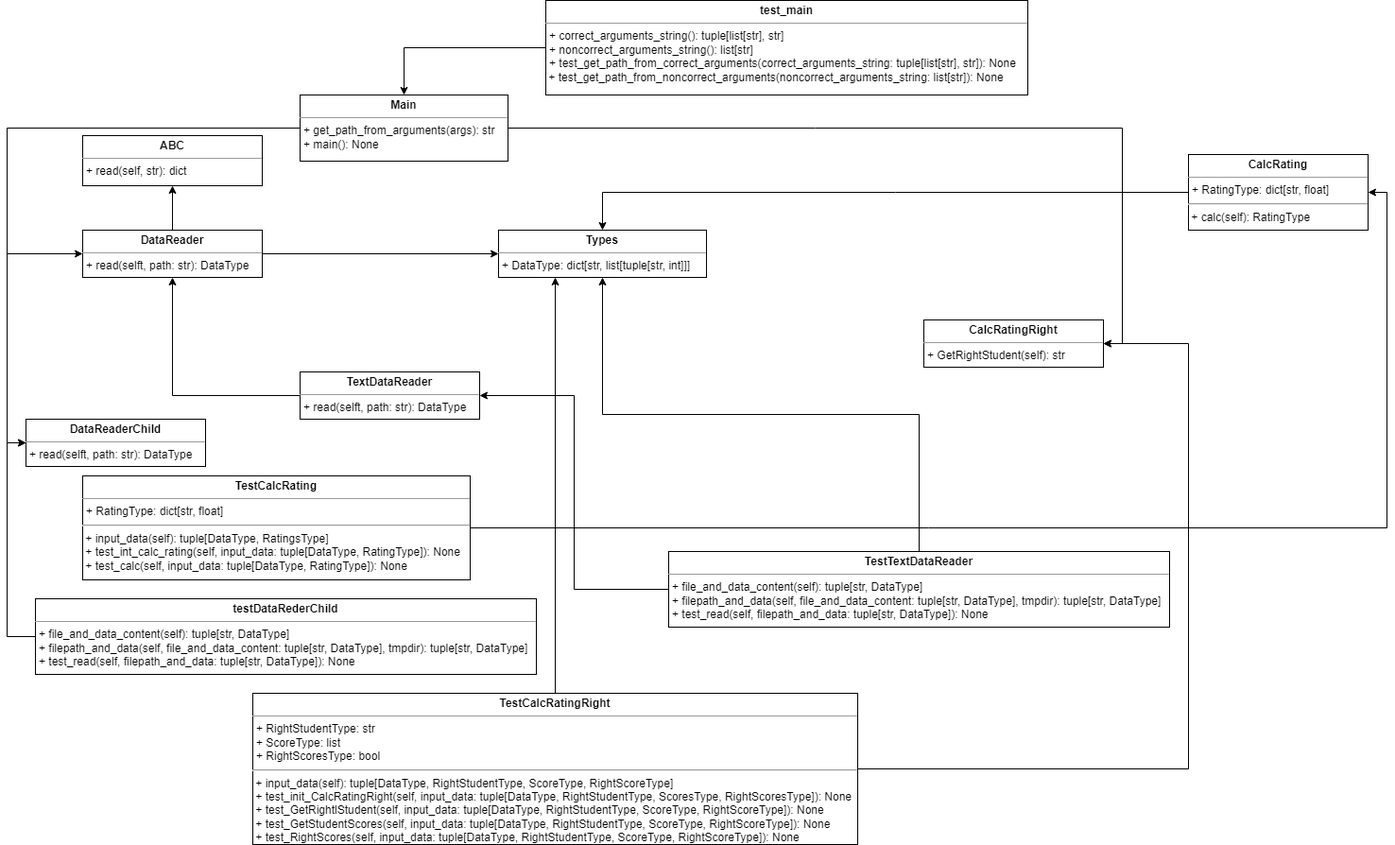
This is PT_Lab_1_UML.drawio.png from Kuritsya/TPLab1, a draw.io export, as it was before one commit. Source tidied: cells renumbered, new cells last; positions are measured from the earlier drawing's top-left corner, leaving out a move shared by most shapes.
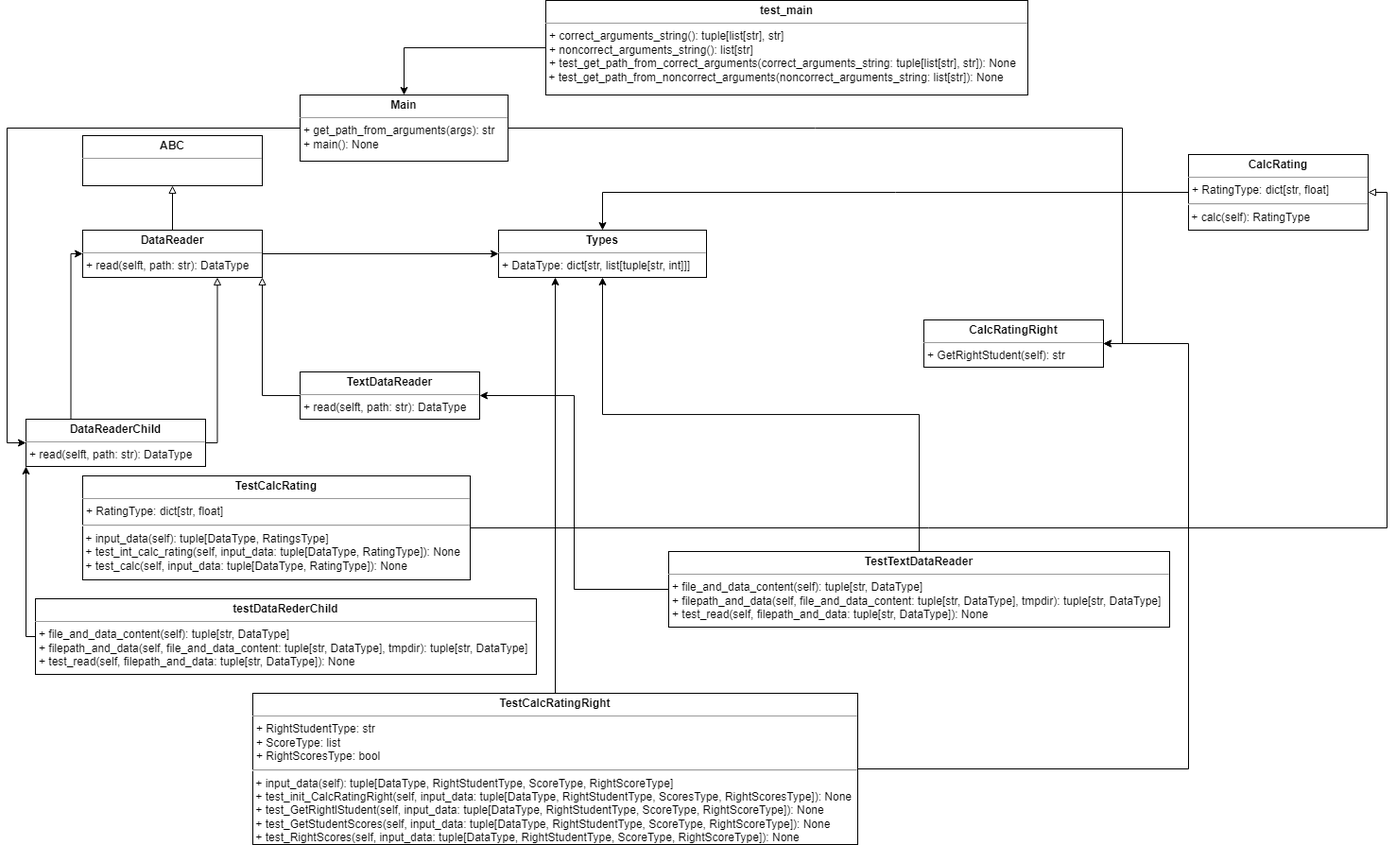
After the commit.

What changed in the source:
```diff
@@ -2,25 +2,36 @@
   <root>
     <mxCell id="0" />
     <mxCell id="1" parent="0" />
-    <mxCell id="2" value="&lt;p style=&quot;margin:0px;margin-top:4px;text-align:center;&quot;&gt;&lt;b&gt;ABC&lt;/b&gt;&lt;/p&gt;&lt;hr size=&quot;1&quot;&gt;&lt;p style=&quot;margin:0px;margin-left:4px;&quot;&gt;+ read(self, str): dict&lt;/p&gt;" style="verticalAlign=top;align=left;overflow=fill;fontSize=12;fontFamily=Helvetica;html=1;rounded=0;shadow=0;comic=0;labelBackgroundColor=none;strokeWidth=1;" parent="1" vertex="1">
+    <mxCell id="2" value="&lt;p style=&quot;margin:0px;margin-top:4px;text-align:center;&quot;&gt;&lt;b&gt;ABC&lt;/b&gt;&lt;/p&gt;&lt;hr size=&quot;1&quot;&gt;&lt;p style=&quot;margin:0px;margin-left:4px;&quot;&gt;&lt;br&gt;&lt;/p&gt;" style="verticalAlign=top;align=left;overflow=fill;fontSize=12;fontFamily=Helvetica;html=1;rounded=0;shadow=0;comic=0;labelBackgroundColor=none;strokeWidth=1;" parent="1" vertex="1">
       <mxGeometry x="60" y="143" width="190" height="53" as="geometry" />
     </mxCell>
+    <mxCell id="4" style="edgeStyle=orthogonalEdgeStyle;rounded=0;jettySize=auto;html=1;entryX=0;entryY=0.5;entryDx=0;entryDy=0;" parent="1" edge="1" source="5" target="10">
+      <mxGeometry relative="1" as="geometry" />
+    </mxCell>
+    <mxCell id="29" style="edgeStyle=orthogonalEdgeStyle;rounded=0;jettySize=auto;html=1;entryX=0.75;entryY=1;entryDx=0;entryDy=0;endArrow=block;endFill=0;exitX=1;exitY=0.5;exitDx=0;exitDy=0;" parent="1" edge="1" source="7" target="5">
+      <mxGeometry relative="1" as="geometry">
+        <Array as="points">
+          <mxPoint x="202" y="468" />
+        </Array>
+      </mxGeometry>
+    </mxCell>
-    <mxCell id="3" style="edgeStyle=orthogonalEdgeStyle;rounded=0;jettySize=auto;html=1;entryX=0.5;entryY=1;entryDx=0;entryDy=0;" parent="1" edge="1" source="5" target="2">
+    <mxCell id="3" style="edgeStyle=orthogonalEdgeStyle;rounded=0;jettySize=auto;html=1;entryX=0.5;entryY=1;entryDx=0;entryDy=0;endArrow=block;endFill=0;" parent="1" edge="1" source="5" target="2">
       <mxGeometry relative="1" as="geometry" />
     </mxCell>
-    <mxCell id="4" style="edgeStyle=orthogonalEdgeStyle;rounded=0;jettySize=auto;html=1;entryX=0;entryY=0.5;entryDx=0;entryDy=0;" parent="1" edge="1" source="5" target="10">
-      <mxGeometry relative="1" as="geometry" />
-    </mxCell>
     <mxCell id="5" value="&lt;p style=&quot;margin:0px;margin-top:4px;text-align:center;&quot;&gt;&lt;b&gt;DataReader&lt;/b&gt;&lt;/p&gt;&lt;hr size=&quot;1&quot;&gt;&lt;p style=&quot;margin:0px;margin-left:4px;&quot;&gt;+ read(selft, path: str): DataType&lt;/p&gt;" style="verticalAlign=top;align=left;overflow=fill;fontSize=12;fontFamily=Helvetica;html=1;rounded=0;shadow=0;comic=0;labelBackgroundColor=none;strokeWidth=1;" parent="1" vertex="1">
       <mxGeometry x="60" y="243" width="190" height="50" as="geometry" />
     </mxCell>
-    <mxCell id="6" style="edgeStyle=orthogonalEdgeStyle;rounded=0;jettySize=auto;html=1;entryX=0;entryY=0.5;entryDx=0;entryDy=0;exitX=0;exitY=0.5;exitDx=0;exitDy=0;" parent="1" edge="1" source="7" target="5">
-      <mxGeometry relative="1" as="geometry" />
+    <mxCell id="6" style="edgeStyle=orthogonalEdgeStyle;rounded=0;jettySize=auto;html=1;entryX=0;entryY=0.5;entryDx=0;entryDy=0;exitX=0.25;exitY=0;exitDx=0;exitDy=0;" parent="1" edge="1" source="7" target="5">
+      <mxGeometry relative="1" as="geometry">
+        <Array as="points">
+          <mxPoint x="48" y="268" />
+        </Array>
+      </mxGeometry>
     </mxCell>
     <mxCell id="7" value="&lt;p style=&quot;margin:0px;margin-top:4px;text-align:center;&quot;&gt;&lt;b&gt;DataReaderChild&lt;/b&gt;&lt;/p&gt;&lt;hr size=&quot;1&quot;&gt;&lt;p style=&quot;margin:0px;margin-left:4px;&quot;&gt;+ read(selft, path: str): DataType&lt;/p&gt;" style="verticalAlign=top;align=left;overflow=fill;fontSize=12;fontFamily=Helvetica;html=1;rounded=0;shadow=0;comic=0;labelBackgroundColor=none;strokeWidth=1;" parent="1" vertex="1">
       <mxGeometry y="443" width="190" height="50" as="geometry" />
     </mxCell>
-    <mxCell id="8" style="edgeStyle=orthogonalEdgeStyle;rounded=0;jettySize=auto;html=1;entryX=0.5;entryY=1;entryDx=0;entryDy=0;" parent="1" edge="1" source="9" target="5">
+    <mxCell id="8" style="edgeStyle=orthogonalEdgeStyle;rounded=0;jettySize=auto;html=1;endArrow=block;endFill=0;exitX=0;exitY=0.5;exitDx=0;exitDy=0;entryX=1;entryY=1;entryDx=0;entryDy=0;" parent="1" edge="1" source="9" target="5">
       <mxGeometry relative="1" as="geometry" />
     </mxCell>
     <mxCell id="9" value="&lt;p style=&quot;margin:0px;margin-top:4px;text-align:center;&quot;&gt;&lt;b&gt;TextDataReader&lt;/b&gt;&lt;/p&gt;&lt;hr size=&quot;1&quot;&gt;&lt;p style=&quot;margin:0px;margin-left:4px;&quot;&gt;+ read(selft, path: str): DataType&lt;/p&gt;" style="verticalAlign=top;align=left;overflow=fill;fontSize=12;fontFamily=Helvetica;html=1;rounded=0;shadow=0;comic=0;labelBackgroundColor=none;strokeWidth=1;" parent="1" vertex="1">
@@ -47,7 +58,7 @@
     <mxCell id="16" value="&lt;p style=&quot;margin:0px;margin-top:4px;text-align:center;&quot;&gt;&lt;b&gt;CalcRatingRight&lt;/b&gt;&lt;/p&gt;&lt;hr size=&quot;1&quot;&gt;&lt;p style=&quot;margin:0px;margin-left:4px;&quot;&gt;+ GetRightStudent(self): str&lt;/p&gt;" style="verticalAlign=top;align=left;overflow=fill;fontSize=12;fontFamily=Helvetica;html=1;rounded=0;shadow=0;comic=0;labelBackgroundColor=none;strokeWidth=1;" parent="1" vertex="1">
       <mxGeometry x="950" y="338" width="190" height="50" as="geometry" />
     </mxCell>
-    <mxCell id="17" style="edgeStyle=orthogonalEdgeStyle;rounded=0;jettySize=auto;html=1;entryX=1;entryY=0.5;entryDx=0;entryDy=0;" parent="1" edge="1" source="18" target="12">
+    <mxCell id="17" style="edgeStyle=orthogonalEdgeStyle;rounded=0;jettySize=auto;html=1;entryX=1;entryY=0.5;entryDx=0;entryDy=0;endArrow=block;endFill=0;" parent="1" edge="1" source="18" target="12">
       <mxGeometry relative="1" as="geometry" />
     </mxCell>
     <mxCell id="18" value="&lt;p style=&quot;margin:0px;margin-top:4px;text-align:center;&quot;&gt;&lt;b&gt;TestCalcRating&lt;/b&gt;&lt;/p&gt;&lt;hr size=&quot;1&quot;&gt;&lt;p style=&quot;margin:0px;margin-left:4px;&quot;&gt;+ RatingType: dict[str, float]&lt;/p&gt;&lt;hr&gt;&amp;nbsp;+ input_data(self): tuple[DataType, RatingsType]&lt;br&gt;&amp;nbsp;+ test_int_calc_rating(self, input_data: tuple[DataType, RatingType]): None&lt;br&gt;&amp;nbsp;+ test_calc(self, input_data: tuple[DataType, RatingType]): None" style="verticalAlign=top;align=left;overflow=fill;fontSize=12;fontFamily=Helvetica;html=1;rounded=0;shadow=0;comic=0;labelBackgroundColor=none;strokeWidth=1;" parent="1" vertex="1">
@@ -59,8 +70,12 @@
     <mxCell id="20" value="&lt;p style=&quot;margin:0px;margin-top:4px;text-align:center;&quot;&gt;&lt;b&gt;test_main&lt;/b&gt;&lt;/p&gt;&lt;hr size=&quot;1&quot;&gt;&lt;p style=&quot;margin:0px;margin-left:4px;&quot;&gt;+ correct_arguments_string(): tuple[list[str], str]&lt;/p&gt;&lt;p style=&quot;margin:0px;margin-left:4px;&quot;&gt;+ noncorrect_arguments_string(): list[str]&lt;/p&gt;&lt;p style=&quot;margin:0px;margin-left:4px;&quot;&gt;+ test_get_path_from_correct_arguments(correct_arguments_string: tuple[list[str], str]): None&lt;/p&gt;&amp;nbsp;+ test_get_path_from_noncorrect_arguments(noncorrect_arguments_string: list[str]): None" style="verticalAlign=top;align=left;overflow=fill;fontSize=12;fontFamily=Helvetica;html=1;rounded=0;shadow=0;comic=0;labelBackgroundColor=none;strokeWidth=1;" parent="1" vertex="1">
       <mxGeometry x="550" width="510" height="100" as="geometry" />
     </mxCell>
-    <mxCell id="21" style="edgeStyle=orthogonalEdgeStyle;rounded=0;jettySize=auto;html=1;entryX=0;entryY=0.5;entryDx=0;entryDy=0;exitX=0;exitY=0.5;exitDx=0;exitDy=0;" parent="1" edge="1" source="22" target="7">
-      <mxGeometry relative="1" as="geometry" />
+    <mxCell id="21" style="edgeStyle=orthogonalEdgeStyle;rounded=0;jettySize=auto;html=1;entryX=0;entryY=1;entryDx=0;entryDy=0;exitX=0;exitY=0.5;exitDx=0;exitDy=0;" parent="1" edge="1" source="22" target="7">
+      <mxGeometry relative="1" as="geometry">
+        <Array as="points">
+          <mxPoint y="673" />
+        </Array>
+      </mxGeometry>
     </mxCell>
     <mxCell id="22" value="&lt;p style=&quot;margin:0px;margin-top:4px;text-align:center;&quot;&gt;&lt;b&gt;testDataRederChild&lt;/b&gt;&lt;/p&gt;&lt;hr size=&quot;1&quot;&gt;&lt;p style=&quot;margin:0px;margin-left:4px;&quot;&gt;+ file_and_data_content(self): tuple[str, DataType]&lt;/p&gt;&lt;p style=&quot;margin:0px;margin-left:4px;&quot;&gt;+ filepath_and_data(self, file_and_data_content: tuple[str, DataType], tmpdir): tuple[str, DataType]&lt;/p&gt;&lt;p style=&quot;margin:0px;margin-left:4px;&quot;&gt;+ test_read(self, filepath_and_data: tuple[str, DataType]): None&lt;/p&gt;" style="verticalAlign=top;align=left;overflow=fill;fontSize=12;fontFamily=Helvetica;html=1;rounded=0;shadow=0;comic=0;labelBackgroundColor=none;strokeWidth=1;" parent="1" vertex="1">
       <mxGeometry x="10" y="633" width="530" height="80" as="geometry" />
```
